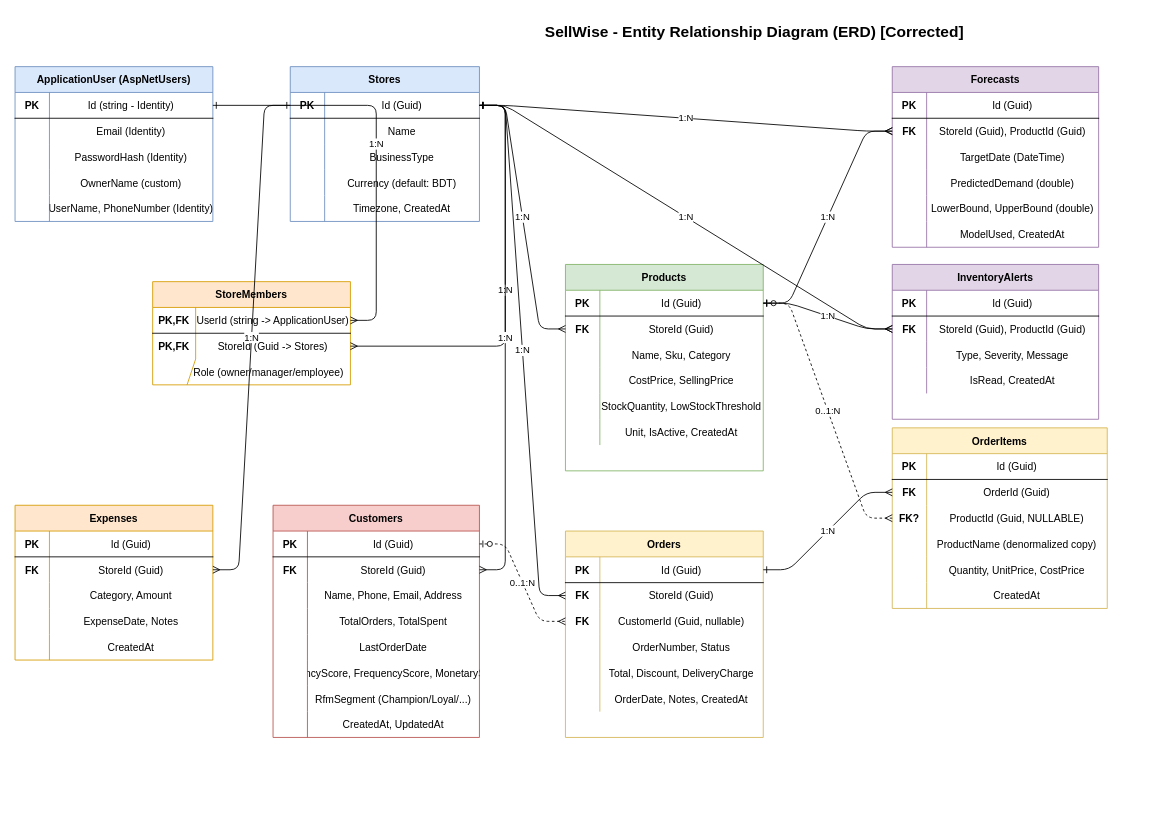
mr-sohel/SellWise keeps this draw.io diagram as diagrams/04_ER_Diagram.drawio. Above is the earlier version. Source tidied: cells renumbered, new cells numbered last; positions are measured from the earlier drawing's top-left corner, leaving out a move shared by most shapes. Both pictures are drawn from the tidied source at 86%, with x=0, y=0 at pixel (15, 15).
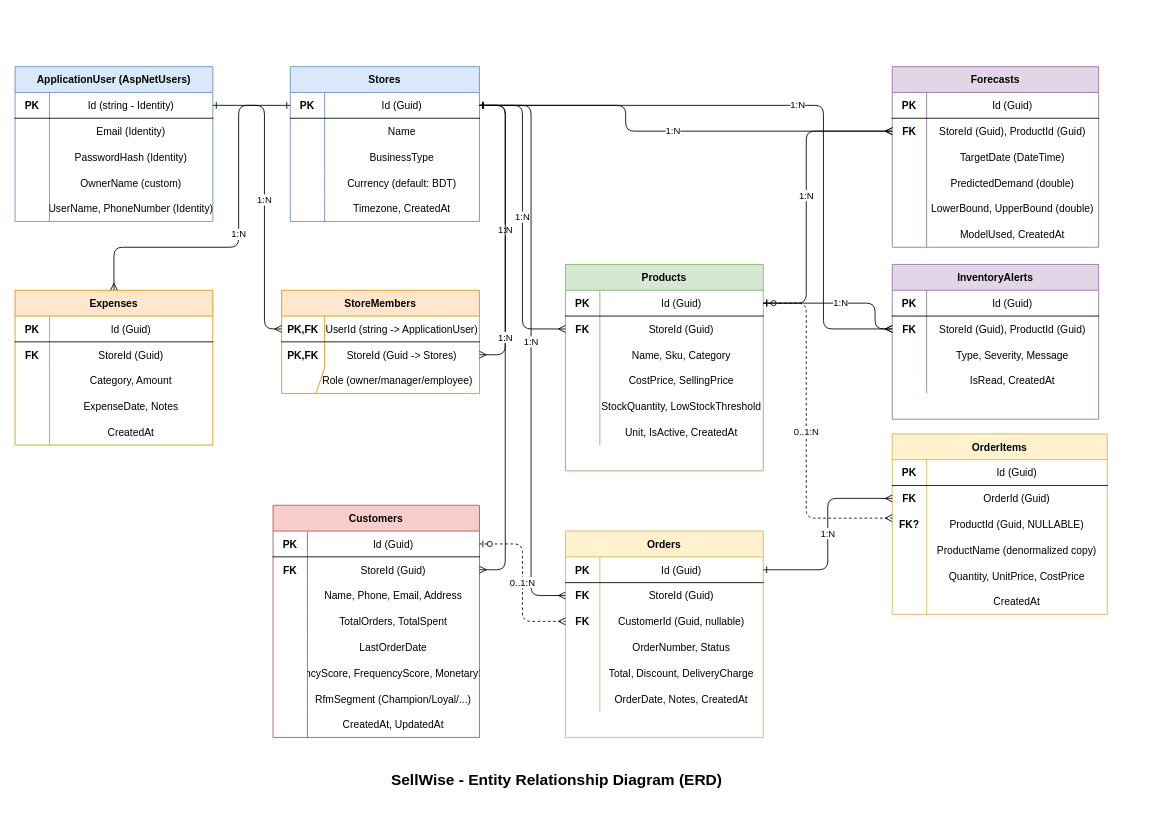
The same page after the edit.

The change refers to these unchanged cells:
```xml
<mxCell id="4" style="shape=tableRow;horizontal=0;startSize=0;swimlaneHead=0;swimlaneBody=0;fillColor=none;points=[[0,0.5],[1,0.5]];portConstraint=eastwest;fontSize=12;top=0;left=0;right=0;bottom=1;" parent="3" vertex="1">
  <mxGeometry y="30" width="230" height="30" as="geometry" />
</mxCell>
<mxCell id="20" style="shape=tableRow;horizontal=0;startSize=0;swimlaneHead=0;swimlaneBody=0;fillColor=none;points=[[0,0.5],[1,0.5]];portConstraint=eastwest;fontSize=12;top=0;left=0;right=0;bottom=1;" parent="19" vertex="1">
  <mxGeometry y="30" width="220" height="30" as="geometry" />
</mxCell>
<mxCell id="36" style="shape=tableRow;horizontal=0;startSize=0;swimlaneHead=0;swimlaneBody=0;fillColor=none;points=[[0,0.5],[1,0.5]];portConstraint=eastwest;fontSize=12;top=0;left=0;right=0;bottom=1;" parent="35" vertex="1">
  <mxGeometry y="30" width="230" height="30" as="geometry" />
</mxCell>
<mxCell id="46" style="shape=tableRow;horizontal=0;startSize=0;swimlaneHead=0;swimlaneBody=0;fillColor=none;points=[[0,0.5],[1,0.5]];portConstraint=eastwest;fontSize=12;top=0;left=0;right=0;bottom=1;" parent="45" vertex="1">
  <mxGeometry y="30" width="230" height="30" as="geometry" />
</mxCell>
<mxCell id="49" style="shape=tableRow;horizontal=0;startSize=0;swimlaneHead=0;swimlaneBody=0;fillColor=none;points=[[0,0.5],[1,0.5]];portConstraint=eastwest;fontSize=12;top=0;left=0;right=0;bottom=0;" parent="45" vertex="1">
  <mxGeometry y="60" width="230" height="30" as="geometry" />
</mxCell>
<mxCell id="65" style="shape=tableRow;horizontal=0;startSize=0;swimlaneHead=0;swimlaneBody=0;fillColor=none;points=[[0,0.5],[1,0.5]];portConstraint=eastwest;fontSize=12;top=0;left=0;right=0;bottom=1;" parent="64" vertex="1">
  <mxGeometry y="30" width="230" height="30" as="geometry" />
</mxCell>
<mxCell id="68" style="shape=tableRow;horizontal=0;startSize=0;swimlaneHead=0;swimlaneBody=0;fillColor=none;points=[[0,0.5],[1,0.5]];portConstraint=eastwest;fontSize=12;top=0;left=0;right=0;bottom=0;" parent="64" vertex="1">
  <mxGeometry y="60" width="230" height="30" as="geometry" />
</mxCell>
<mxCell id="71" style="shape=tableRow;horizontal=0;startSize=0;swimlaneHead=0;swimlaneBody=0;fillColor=none;points=[[0,0.5],[1,0.5]];portConstraint=eastwest;fontSize=12;top=0;left=0;right=0;bottom=0;" parent="64" vertex="1">
  <mxGeometry y="90" width="230" height="30" as="geometry" />
</mxCell>
<mxCell id="87" style="shape=tableRow;horizontal=0;startSize=0;swimlaneHead=0;swimlaneBody=0;fillColor=none;points=[[0,0.5],[1,0.5]];portConstraint=eastwest;fontSize=12;top=0;left=0;right=0;bottom=0;" parent="83" vertex="1">
  <mxGeometry y="60" width="250" height="30" as="geometry" />
</mxCell>
<mxCell id="90" style="shape=tableRow;horizontal=0;startSize=0;swimlaneHead=0;swimlaneBody=0;fillColor=none;points=[[0,0.5],[1,0.5]];portConstraint=eastwest;fontSize=12;top=0;left=0;right=0;bottom=0;" parent="83" vertex="1">
  <mxGeometry y="90" width="250" height="30" as="geometry" />
</mxCell>
<mxCell id="103" style="shape=tableRow;horizontal=0;startSize=0;swimlaneHead=0;swimlaneBody=0;fillColor=none;points=[[0,0.5],[1,0.5]];portConstraint=eastwest;fontSize=12;top=0;left=0;right=0;bottom=1;" parent="102" vertex="1">
  <mxGeometry y="30" width="240" height="30" as="geometry" />
</mxCell>
<mxCell id="131" style="shape=tableRow;horizontal=0;startSize=0;swimlaneHead=0;swimlaneBody=0;fillColor=none;points=[[0,0.5],[1,0.5]];portConstraint=eastwest;fontSize=12;top=0;left=0;right=0;bottom=0;" parent="127" vertex="1">
  <mxGeometry y="60" width="240" height="30" as="geometry" />
</mxCell>
<mxCell id="144" style="shape=tableRow;horizontal=0;startSize=0;swimlaneHead=0;swimlaneBody=0;fillColor=none;points=[[0,0.5],[1,0.5]];portConstraint=eastwest;fontSize=12;top=0;left=0;right=0;bottom=0;" parent="140" vertex="1">
  <mxGeometry y="60" width="240" height="30" as="geometry" />
</mxCell>
<mxCell id="163" style="shape=tableRow;horizontal=0;startSize=0;swimlaneHead=0;swimlaneBody=0;fillColor=none;points=[[0,0.5],[1,0.5]];portConstraint=eastwest;fontSize=12;top=0;left=0;right=0;bottom=0;" parent="159" vertex="1">
  <mxGeometry y="60" width="230" height="30" as="geometry" />
</mxCell>
```

What changed in the source:
```diff
@@
-    <mxCell id="2" value="SellWise - Entity Relationship Diagram (ERD) [Corrected]" style="text;html=1;strokeColor=none;fillColor=none;align=center;verticalAlign=middle;whiteSpace=wrap;rounded=0;fontSize=18;fontStyle=1;" parent="1" vertex="1">
-      <mxGeometry x="410" width="900" height="40" as="geometry" />
+    <mxCell id="2" value="SellWise - Entity Relationship Diagram (ERD)" style="text;html=1;strokeColor=none;fillColor=none;align=center;verticalAlign=middle;whiteSpace=wrap;rounded=0;fontSize=18;fontStyle=1;" parent="1" vertex="1">
+      <mxGeometry x="180" y="870" width="900" height="40" as="geometry" />
     </mxCell>
@@
     <mxCell id="35" value="StoreMembers" style="shape=table;startSize=30;childLayout=tableLayout;rowLines=0;fontStyle=1;align=center;fillColor=#ffe6cc;strokeColor=#d79b00;" parent="1" vertex="1">
-      <mxGeometry x="160" y="310" width="230" height="120" as="geometry" />
+      <mxGeometry x="310" y="320" width="230" height="120" as="geometry" />
     </mxCell>
@@
     <mxCell id="83" value="OrderItems" style="shape=table;startSize=30;childLayout=tableLayout;rowLines=0;fontStyle=1;align=center;fillColor=#fff2cc;strokeColor=#d6b656;" parent="1" vertex="1">
-      <mxGeometry x="1020" y="480" width="250" height="210" as="geometry" />
+      <mxGeometry x="1020" y="487" width="250" height="210" as="geometry" />
     </mxCell>
@@
     <mxCell id="159" value="Expenses" style="shape=table;startSize=30;childLayout=tableLayout;rowLines=0;fontStyle=1;align=center;fillColor=#ffe6cc;strokeColor=#d79b00;" parent="1" vertex="1">
-      <mxGeometry y="570" width="230" height="180" as="geometry" />
+      <mxGeometry y="320" width="230" height="180" as="geometry" />
     </mxCell>
@@
-    <mxCell id="175" value="1:N" style="edgeStyle=entityRelationEdgeStyle;html=1;endArrow=ERmany;startArrow=ERone;" parent="1" edge="1" source="4" target="36">
-      <mxGeometry relative="1" as="geometry" />
+    <mxCell id="175" value="1:N" style="edgeStyle=orthogonalEdgeStyle;html=1;endArrow=ERmany;startArrow=ERone;" parent="1" edge="1" source="4" target="36">
+      <mxGeometry relative="1" as="geometry">
+        <Array as="points">
+          <mxPoint x="290" y="105" />
+          <mxPoint x="290" y="365" />
+        </Array>
+      </mxGeometry>
     </mxCell>
@@
-    <mxCell id="177" value="1:N" style="edgeStyle=entityRelationEdgeStyle;html=1;endArrow=ERmany;startArrow=ERone;" parent="1" edge="1" source="20" target="49">
-      <mxGeometry relative="1" as="geometry" />
+    <mxCell id="177" value="1:N" style="edgeStyle=orthogonalEdgeStyle;html=1;endArrow=ERmany;startArrow=ERone;" parent="1" edge="1" source="20" target="49">
+      <mxGeometry relative="1" as="geometry">
+        <Array as="points">
+          <mxPoint x="590" y="105" />
+          <mxPoint x="590" y="365" />
+        </Array>
+      </mxGeometry>
     </mxCell>
-    <mxCell id="178" value="1:N" style="edgeStyle=entityRelationEdgeStyle;html=1;endArrow=ERmany;startArrow=ERone;" parent="1" edge="1" source="20" target="68">
-      <mxGeometry relative="1" as="geometry" />
+    <mxCell id="178" value="1:N" style="edgeStyle=orthogonalEdgeStyle;html=1;endArrow=ERmany;startArrow=ERone;" parent="1" edge="1" source="20" target="68">
+      <mxGeometry relative="1" as="geometry">
+        <Array as="points">
+          <mxPoint x="600" y="105" />
+          <mxPoint x="600" y="675" />
+        </Array>
+      </mxGeometry>
     </mxCell>
@@
-    <mxCell id="180" value="1:N" style="edgeStyle=entityRelationEdgeStyle;html=1;endArrow=ERmany;startArrow=ERone;" parent="1" edge="1" source="20" target="163">
-      <mxGeometry relative="1" as="geometry" />
+    <mxCell id="180" value="1:N" style="edgeStyle=orthogonalEdgeStyle;html=1;endArrow=ERmany;startArrow=ERone;entryX=0.5;entryY=0;entryDx=0;entryDy=0;exitX=0;exitY=0.5;exitDx=0;exitDy=0;" parent="1" edge="1" source="20" target="159">
+      <mxGeometry relative="1" as="geometry">
+        <Array as="points">
+          <mxPoint x="260" y="105" />
+          <mxPoint x="260" y="270" />
+          <mxPoint x="115" y="270" />
+        </Array>
+      </mxGeometry>
     </mxCell>
-    <mxCell id="181" value="1:N" style="edgeStyle=entityRelationEdgeStyle;html=1;endArrow=ERmany;startArrow=ERone;" parent="1" edge="1" source="20" target="144">
-      <mxGeometry relative="1" as="geometry" />
+    <mxCell id="181" value="1:N" style="edgeStyle=orthogonalEdgeStyle;html=1;endArrow=ERmany;startArrow=ERone;" parent="1" edge="1" source="20" target="144">
+      <mxGeometry relative="1" as="geometry">
+        <Array as="points">
+          <mxPoint x="710" y="105" />
+          <mxPoint x="710" y="135" />
+        </Array>
+      </mxGeometry>
     </mxCell>
-    <mxCell id="182" value="1:N" style="edgeStyle=entityRelationEdgeStyle;html=1;endArrow=ERmany;startArrow=ERone;" parent="1" edge="1" source="20" target="131">
-      <mxGeometry relative="1" as="geometry" />
+    <mxCell id="182" value="1:N" style="edgeStyle=orthogonalEdgeStyle;html=1;endArrow=ERmany;startArrow=ERone;" parent="1" edge="1" source="20" target="131">
+      <mxGeometry relative="1" as="geometry">
+        <Array as="points">
+          <mxPoint x="940" y="105" />
+          <mxPoint x="940" y="365" />
+        </Array>
+      </mxGeometry>
     </mxCell>
-    <mxCell id="183" value="1:N" style="edgeStyle=entityRelationEdgeStyle;html=1;endArrow=ERmany;startArrow=ERone;" parent="1" edge="1" source="65" target="87">
+    <mxCell id="183" value="1:N" style="edgeStyle=orthogonalEdgeStyle;html=1;endArrow=ERmany;startArrow=ERone;" parent="1" edge="1" source="65" target="87">
       <mxGeometry relative="1" as="geometry" />
     </mxCell>
-    <mxCell id="184" value="0..1:N" style="edgeStyle=entityRelationEdgeStyle;html=1;endArrow=ERmany;startArrow=ERzeroToOne;dashed=1;" parent="1" edge="1" source="46" target="90">
-      <mxGeometry relative="1" as="geometry" />
+    <mxCell id="184" value="0..1:N" style="edgeStyle=orthogonalEdgeStyle;html=1;endArrow=ERmany;startArrow=ERzeroToOne;dashed=1;" parent="1" edge="1" source="46" target="90">
+      <mxGeometry relative="1" as="geometry">
+        <Array as="points">
+          <mxPoint x="920" y="335" />
+          <mxPoint x="920" y="585" />
+        </Array>
+      </mxGeometry>
     </mxCell>
-    <mxCell id="185" value="1:N" style="edgeStyle=entityRelationEdgeStyle;html=1;endArrow=ERmany;startArrow=ERone;" parent="1" edge="1" source="46" target="131">
-      <mxGeometry relative="1" as="geometry" />
+    <mxCell id="185" value="1:N" style="edgeStyle=orthogonalEdgeStyle;html=1;endArrow=ERmany;startArrow=ERone;" parent="1" edge="1" source="46" target="131">
+      <mxGeometry relative="1" as="geometry">
+        <Array as="points">
+          <mxPoint x="1000" y="335" />
+          <mxPoint x="1000" y="365" />
+        </Array>
+      </mxGeometry>
     </mxCell>
-    <mxCell id="186" value="1:N" style="edgeStyle=entityRelationEdgeStyle;html=1;endArrow=ERmany;startArrow=ERone;" parent="1" edge="1" source="46" target="144">
-      <mxGeometry relative="1" as="geometry" />
+    <mxCell id="186" value="1:N" style="edgeStyle=orthogonalEdgeStyle;html=1;endArrow=ERmany;startArrow=ERone;" parent="1" edge="1" source="46" target="144">
+      <mxGeometry relative="1" as="geometry">
+        <Array as="points">
+          <mxPoint x="920" y="335" />
+          <mxPoint x="920" y="135" />
+        </Array>
+      </mxGeometry>
     </mxCell>
-    <mxCell id="187" value="0..1:N" style="edgeStyle=entityRelationEdgeStyle;html=1;endArrow=ERmany;startArrow=ERzeroToOne;dashed=1;" parent="1" edge="1" source="103" target="71">
+    <mxCell id="187" value="0..1:N" style="edgeStyle=orthogonalEdgeStyle;html=1;endArrow=ERmany;startArrow=ERzeroToOne;dashed=1;" parent="1" edge="1" source="103" target="71">
       <mxGeometry relative="1" as="geometry" />
     </mxCell>
```
